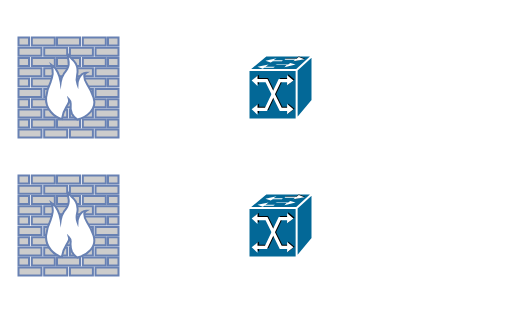
ricardochindi/MyPipeline01 keeps this draw.io diagram as page "Page-2" (2 of 2) of Untitled Diagram.drawio. Above is the earlier version. Source tidied: cells renumbered, new cells numbered last; positions are measured from the earlier drawing's top-left corner, leaving out a move shared by most shapes. Both pictures are drawn from the tidied source at 100%, with x=0, y=0 at pixel (18, 37).
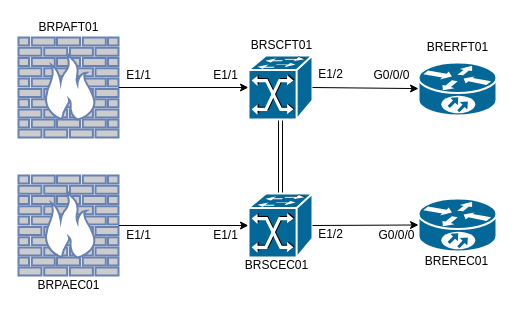
After the change.

Commit message:
PaloAlto New Public IP.drawio

The change refers to these unchanged cells:
```xml
<mxCell id="2" style="fontColor=#0066CC;verticalAlign=top;verticalLabelPosition=bottom;labelPosition=center;align=center;html=1;outlineConnect=0;fillColor=#CCCCCC;strokeColor=#6881B3;gradientColor=none;gradientDirection=north;strokeWidth=2;shape=mxgraph.networks.firewall;" parent="1" vertex="1">
  <mxGeometry width="100" height="100" as="geometry" />
</mxCell>
<mxCell id="3" style="shape=mxgraph.cisco.switches.atm_fast_gigabit_etherswitch;html=1;dashed=0;fillColor=#036897;strokeColor=#ffffff;strokeWidth=2;verticalLabelPosition=bottom;verticalAlign=top;align=center;outlineConnect=0;" parent="1" vertex="1">
  <mxGeometry x="230" y="18" width="64" height="64" as="geometry" />
</mxCell>
<mxCell id="4" style="fontColor=#0066CC;verticalAlign=top;verticalLabelPosition=bottom;labelPosition=center;align=center;html=1;outlineConnect=0;fillColor=#CCCCCC;strokeColor=#6881B3;gradientColor=none;gradientDirection=north;strokeWidth=2;shape=mxgraph.networks.firewall;" parent="1" vertex="1">
  <mxGeometry y="138" width="100" height="100" as="geometry" />
</mxCell>
<mxCell id="5" style="shape=mxgraph.cisco.switches.atm_fast_gigabit_etherswitch;html=1;dashed=0;fillColor=#036897;strokeColor=#ffffff;strokeWidth=2;verticalLabelPosition=bottom;verticalAlign=top;align=center;outlineConnect=0;" parent="1" vertex="1">
  <mxGeometry x="230" y="156" width="64" height="64" as="geometry" />
</mxCell>
```

What changed in the source:
```diff
@@
+    <mxCell id="6" style="edgeStyle=none;rounded=0;jettySize=auto;html=1;exitX=1;exitY=0.5;exitDx=0;exitDy=0;exitPerimeter=0;entryX=0;entryY=0.5;entryDx=0;entryDy=0;entryPerimeter=0;" parent="1" edge="1" source="2" target="3">
+      <mxGeometry relative="1" as="geometry" />
+    </mxCell>
@@
+    <mxCell id="7" style="edgeStyle=none;shape=link;rounded=0;jettySize=auto;html=1;exitX=0.5;exitY=1;exitDx=0;exitDy=0;exitPerimeter=0;" parent="1" edge="1" source="3" target="5">
+      <mxGeometry relative="1" as="geometry" />
+    </mxCell>
@@
+    <mxCell id="8" style="edgeStyle=none;rounded=0;jettySize=auto;html=1;exitX=1;exitY=0.5;exitDx=0;exitDy=0;exitPerimeter=0;" parent="1" edge="1" source="4" target="5">
+      <mxGeometry relative="1" as="geometry" />
+    </mxCell>
@@
+    <mxCell id="9" value="BRERFT01" style="text;html=1;align=center;verticalAlign=middle;fillColor=none;strokeColor=none;rounded=0;" parent="1" vertex="1">
+      <mxGeometry x="399" width="80" height="20" as="geometry" />
+    </mxCell>
+    <mxCell id="10" value="BRPAFT01" style="text;html=1;align=center;verticalAlign=middle;" parent="1" vertex="1">
+      <mxGeometry x="10" y="-20" width="80" height="20" as="geometry" />
+    </mxCell>
+    <mxCell id="11" value="BRPAEC01" style="text;html=1;align=center;verticalAlign=middle;" parent="1" vertex="1">
+      <mxGeometry x="10" y="238" width="80" height="20" as="geometry" />
+    </mxCell>
+    <mxCell id="12" value="BRSCFT01" style="text;html=1;align=center;verticalAlign=middle;" parent="1" vertex="1">
+      <mxGeometry x="223" y="-2" width="80" height="20" as="geometry" />
+    </mxCell>
+    <mxCell id="13" value="BRSCEC01" style="text;html=1;align=center;verticalAlign=middle;" parent="1" vertex="1">
+      <mxGeometry x="218" y="218" width="80" height="20" as="geometry" />
+    </mxCell>
+    <mxCell id="14" style="shape=mxgraph.cisco.routers.10700;html=1;dashed=0;fillColor=#036897;strokeColor=#ffffff;strokeWidth=2;verticalLabelPosition=bottom;verticalAlign=top;align=center;outlineConnect=0;" parent="1" vertex="1">
+      <mxGeometry x="400" y="25" width="78" height="53" as="geometry" />
+    </mxCell>
+    <mxCell id="15" style="shape=mxgraph.cisco.routers.10700;html=1;dashed=0;fillColor=#036897;strokeColor=#ffffff;strokeWidth=2;verticalLabelPosition=bottom;verticalAlign=top;align=center;outlineConnect=0;" parent="1" vertex="1">
+      <mxGeometry x="400" y="161" width="78" height="53" as="geometry" />
+    </mxCell>
+    <mxCell id="16" style="edgeStyle=none;rounded=0;jettySize=auto;html=1;exitX=1;exitY=0.5;exitDx=0;exitDy=0;exitPerimeter=0;" parent="1" edge="1" source="3" target="14">
+      <mxGeometry relative="1" as="geometry" />
+    </mxCell>
+    <mxCell id="17" style="edgeStyle=none;rounded=0;jettySize=auto;html=1;entryX=0;entryY=0.5;entryDx=0;entryDy=0;entryPerimeter=0;exitX=1;exitY=0.5;exitDx=0;exitDy=0;exitPerimeter=0;" parent="1" edge="1" source="5" target="15">
+      <mxGeometry relative="1" as="geometry" />
+    </mxCell>
+    <mxCell id="18" value="BREREC01" style="text;html=1;align=center;verticalAlign=middle;fillColor=none;strokeColor=none;rounded=0;" parent="1" vertex="1">
+      <mxGeometry x="398" y="214" width="80" height="20" as="geometry" />
+    </mxCell>
+    <mxCell id="19" value="E1/1" style="text;html=1;align=center;verticalAlign=middle;" parent="1" vertex="1">
+      <mxGeometry x="187" y="28" width="40" height="20" as="geometry" />
+    </mxCell>
+    <mxCell id="20" value="G0/0/0" style="text;html=1;align=center;verticalAlign=middle;" parent="1" vertex="1">
+      <mxGeometry x="348" y="28" width="50" height="20" as="geometry" />
+    </mxCell>
+    <mxCell id="21" value="G0/0/0" style="text;html=1;align=center;verticalAlign=middle;" parent="1" vertex="1">
+      <mxGeometry x="353" y="188" width="50" height="20" as="geometry" />
+    </mxCell>
+    <mxCell id="22" value="E1/1" style="text;html=1;align=center;verticalAlign=middle;" parent="1" vertex="1">
+      <mxGeometry x="100" y="28" width="40" height="20" as="geometry" />
+    </mxCell>
+    <mxCell id="23" value="E1/1" style="text;html=1;align=center;verticalAlign=middle;" parent="1" vertex="1">
+      <mxGeometry x="100" y="188" width="40" height="20" as="geometry" />
+    </mxCell>
+    <mxCell id="24" value="E1/1" style="text;html=1;align=center;verticalAlign=middle;" parent="1" vertex="1">
+      <mxGeometry x="187" y="188" width="40" height="20" as="geometry" />
+    </mxCell>
+    <mxCell id="25" value="E1/2" style="text;html=1;align=center;verticalAlign=middle;" parent="1" vertex="1">
+      <mxGeometry x="292" y="27" width="40" height="20" as="geometry" />
+    </mxCell>
+    <mxCell id="26" value="E1/2" style="text;html=1;align=center;verticalAlign=middle;" parent="1" vertex="1">
+      <mxGeometry x="292" y="187" width="40" height="20" as="geometry" />
+    </mxCell>
```
